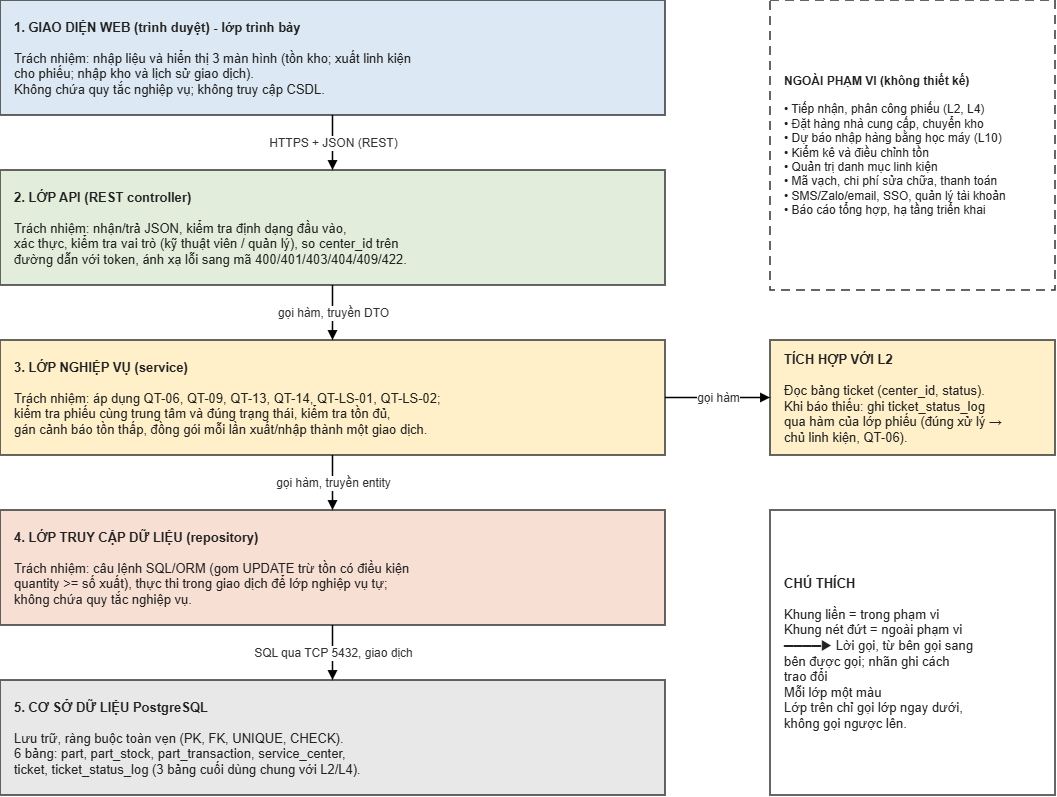
MinhTuan-png/smartcrm-2374802010543-spare-parts-warehouse keeps this draw.io diagram as docs/export/architecture.png. Above is the earlier version. Source tidied: cells renumbered, new cells last; positions are measured from the earlier drawing's top-left corner, leaving out a move shared by most shapes. The source it was exported from:
```xml
<mxGraphModel>
  <root>
    <mxCell id="0" />
    <mxCell id="1" parent="0" />
    <mxCell id="2" value="&lt;b&gt;1. GIAO DIỆN WEB (trình duyệt) - lớp trình bày&lt;/b&gt;&lt;br&gt;&lt;br&gt;Trách nhiệm: nhập liệu và hiển thị 3 màn hình (tồn kho; xuất linh kiện&lt;br&gt;cho phiếu; nhập kho và lịch sử giao dịch).&lt;br&gt;Không chứa quy tắc nghiệp vụ; không truy cập CSDL." style="rounded=0;whiteSpace=wrap;html=1;align=left;verticalAlign=middle;spacingLeft=12;spacingRight=10;fontSize=13;fontColor=#222222;strokeColor=#333333;strokeWidth=1.5;fillColor=#DCE8F3;" parent="1" vertex="1">
      <mxGeometry width="665" height="115" as="geometry" />
    </mxCell>
    <mxCell id="3" value="&lt;b&gt;2. LỚP API (REST controller)&lt;/b&gt;&lt;br&gt;&lt;br&gt;Trách nhiệm: nhận/trả JSON, kiểm tra định dạng đầu vào,&lt;br&gt;xác thực, kiểm tra vai trò (kỹ thuật viên / quản lý), so center_id trên&lt;br&gt;đường dẫn với token, ánh xạ lỗi sang mã 400/401/403/404/409/422." style="rounded=0;whiteSpace=wrap;html=1;align=left;verticalAlign=middle;spacingLeft=12;spacingRight=10;fontSize=13;fontColor=#222222;strokeColor=#333333;strokeWidth=1.5;fillColor=#E2EEDB;" parent="1" vertex="1">
      <mxGeometry y="170" width="665" height="115" as="geometry" />
    </mxCell>
    <mxCell id="4" value="&lt;b&gt;3. LỚP NGHIỆP VỤ (service)&lt;/b&gt;&lt;br&gt;&lt;br&gt;Trách nhiệm: áp dụng QT-06, QT-09, QT-13, QT-14, QT-LS-01, QT-LS-02;&lt;br&gt;kiểm tra phiếu cùng trung tâm và đúng trạng thái, kiểm tra tồn đủ,&lt;br&gt;gán cảnh báo tồn thấp, đồng gói mỗi lần xuất/nhập thành một giao dịch." style="rounded=0;whiteSpace=wrap;html=1;align=left;verticalAlign=middle;spacingLeft=12;spacingRight=10;fontSize=13;fontColor=#222222;strokeColor=#333333;strokeWidth=1.5;fillColor=#FFF0C9;" parent="1" vertex="1">
      <mxGeometry y="340" width="665" height="115" as="geometry" />
    </mxCell>
    <mxCell id="5" value="&lt;b&gt;4. LỚP TRUY CẬP DỮ LIỆU (repository)&lt;/b&gt;&lt;br&gt;&lt;br&gt;Trách nhiệm: câu lệnh SQL/ORM (gom UPDATE trừ tồn có điều kiện&lt;br&gt;quantity &amp;gt;= số xuất), thực thi trong giao dịch để lớp nghiệp vụ tự;&lt;br&gt;không chứa quy tắc nghiệp vụ." style="rounded=0;whiteSpace=wrap;html=1;align=left;verticalAlign=middle;spacingLeft=12;spacingRight=10;fontSize=13;fontColor=#222222;strokeColor=#333333;strokeWidth=1.5;fillColor=#F8DFD4;" parent="1" vertex="1">
      <mxGeometry y="510" width="665" height="115" as="geometry" />
    </mxCell>
    <mxCell id="6" value="&lt;b&gt;5. CƠ SỞ DỮ LIỆU PostgreSQL&lt;/b&gt;&lt;br&gt;&lt;br&gt;Lưu trữ, ràng buộc toàn vẹn (PK, FK, UNIQUE, CHECK).&lt;br&gt;6 bảng: part, part_stock, part_transaction, service_center,&lt;br&gt;ticket, ticket_status_log (3 bảng cuối dùng chung với L2/L4)." style="rounded=0;whiteSpace=wrap;html=1;align=left;verticalAlign=middle;spacingLeft=12;spacingRight=10;fontSize=13;fontColor=#222222;strokeColor=#333333;strokeWidth=1.5;fillColor=#E8E8E8;" parent="1" vertex="1">
      <mxGeometry y="680" width="665" height="115" as="geometry" />
    </mxCell>
    <mxCell id="7" value="&lt;b&gt;NGOÀI PHẠM VI (không thiết kế)&lt;/b&gt;&lt;br&gt;&lt;br&gt;• Tiếp nhận, phân công phiếu (L2, L4)&lt;br&gt;• Đặt hàng nhà cung cấp, chuyển kho&lt;br&gt;• Dự báo nhập hàng bằng học máy (L10)&lt;br&gt;• Kiểm kê và điều chỉnh tồn&lt;br&gt;• Quản trị danh mục linh kiện&lt;br&gt;• Mã vạch, chi phí sửa chữa, thanh toán&lt;br&gt;• SMS/Zalo/email, SSO, quản lý tài khoản&lt;br&gt;• Báo cáo tổng hợp, hạ tầng triển khai" style="rounded=0;whiteSpace=wrap;html=1;align=left;verticalAlign=middle;spacingLeft=12;spacingRight=8;fontSize=12;fontColor=#222222;strokeColor=#333333;strokeWidth=1.5;dashed=1;dashPattern=6 4;fillColor=#FFFFFF;" parent="1" vertex="1">
      <mxGeometry x="770" width="285" height="290" as="geometry" />
    </mxCell>
    <mxCell id="8" value="&lt;b&gt;TÍCH HỢP VỚI L2&lt;/b&gt;&lt;br&gt;&lt;br&gt;Đọc bảng ticket (center_id, status).&lt;br&gt;Khi báo thiếu: ghi ticket_status_log&lt;br&gt;qua hàm của lớp phiếu (đúng xử lý →&lt;br&gt;chủ linh kiện, QT-06)." style="rounded=0;whiteSpace=wrap;html=1;align=left;verticalAlign=middle;spacingLeft=12;spacingRight=10;fontSize=13;fontColor=#222222;strokeColor=#333333;strokeWidth=1.5;fillColor=#FFF0C9;" parent="1" vertex="1">
      <mxGeometry x="770" y="340" width="285" height="115" as="geometry" />
    </mxCell>
    <mxCell id="9" value="&lt;b&gt;CHÚ THÍCH&lt;/b&gt;&lt;br&gt;&lt;br&gt;Khung liền = trong phạm vi&lt;br&gt;Khung nét đứt = ngoài phạm vi&lt;br&gt;────▶ Lời gọi, từ bên gọi sang&lt;br&gt;bên được gọi; nhãn ghi cách&lt;br&gt;trao đổi&lt;br&gt;Mỗi lớp một màu&lt;br&gt;Lớp trên chỉ gọi lớp ngay dưới,&lt;br&gt;không gọi ngược lên." style="rounded=0;whiteSpace=wrap;html=1;align=left;verticalAlign=middle;spacingLeft=12;spacingRight=10;fontSize=13;fontColor=#222222;strokeColor=#333333;strokeWidth=1.5;fillColor=#FFFFFF;" parent="1" vertex="1">
      <mxGeometry x="770" y="510" width="285" height="285" as="geometry" />
    </mxCell>
    <mxCell id="10" value="HTTPS + JSON (REST)" style="edgeStyle=orthogonalEdgeStyle;rounded=0;jettySize=auto;html=1;endArrow=block;endFill=1;strokeWidth=1.5;fontSize=12;fontColor=#333333;labelBackgroundColor=#FFFFFF;" parent="1" edge="1" source="2" target="3">
      <mxGeometry relative="1" as="geometry" />
    </mxCell>
    <mxCell id="11" value="gọi hàm, truyền DTO" style="edgeStyle=orthogonalEdgeStyle;rounded=0;jettySize=auto;html=1;endArrow=block;endFill=1;strokeWidth=1.5;fontSize=12;fontColor=#333333;" parent="1" edge="1" source="3" target="4">
      <mxGeometry relative="1" as="geometry" />
    </mxCell>
    <mxCell id="12" value="gọi hàm, truyền entity" style="edgeStyle=orthogonalEdgeStyle;rounded=0;jettySize=auto;html=1;endArrow=block;endFill=1;strokeWidth=1.5;fontSize=12;fontColor=#333333;" parent="1" edge="1" source="4" target="5">
      <mxGeometry relative="1" as="geometry" />
    </mxCell>
    <mxCell id="13" value="SQL qua TCP 5432, giao dịch" style="edgeStyle=orthogonalEdgeStyle;rounded=0;jettySize=auto;html=1;endArrow=block;endFill=1;strokeWidth=1.5;fontSize=12;fontColor=#333333;" parent="1" edge="1" source="5" target="6">
      <mxGeometry relative="1" as="geometry" />
    </mxCell>
    <mxCell id="14" value="gọi hàm" style="edgeStyle=orthogonalEdgeStyle;rounded=0;jettySize=auto;html=1;endArrow=block;endFill=1;strokeWidth=1.5;fontSize=12;fontColor=#333333;" parent="1" edge="1" source="4" target="8">
      <mxGeometry relative="1" as="geometry" />
    </mxCell>
  </root>
</mxGraphModel>
```
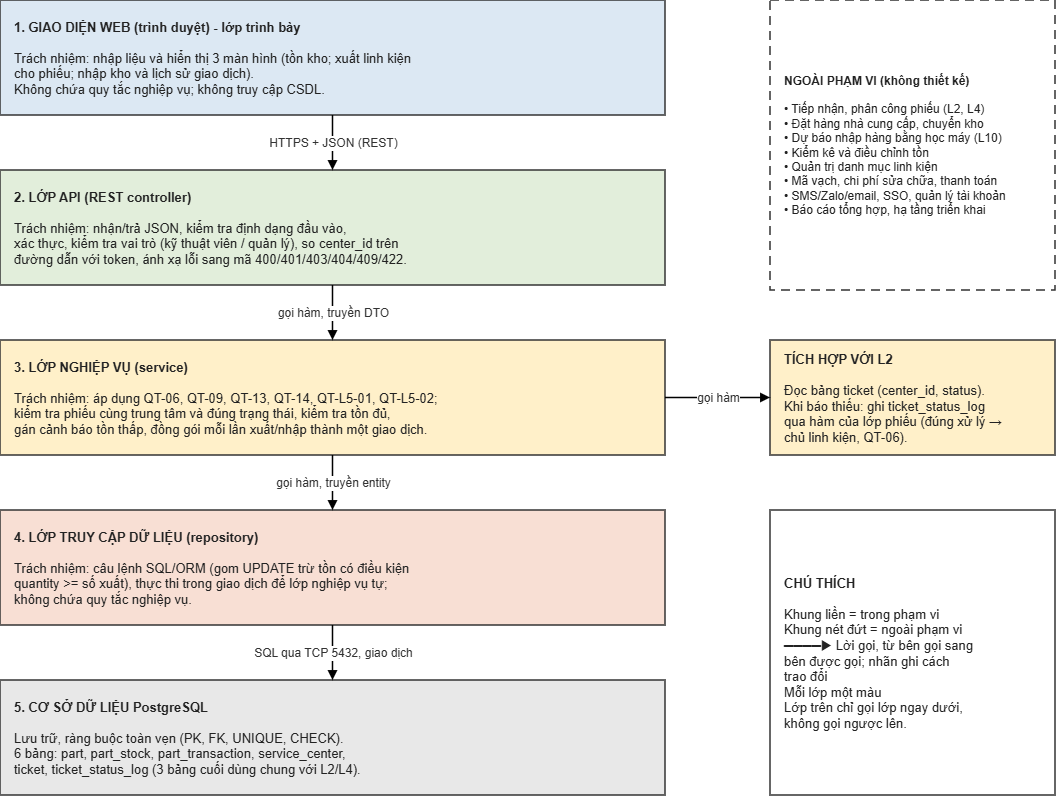
The same diagram one commit later.

Commit message:
docs: điều chỉnh thiết kế theo phản hồi BT1

The edit, as a diff of the source:
```diff
@@ -8,7 +8,7 @@
     <mxCell id="3" value="&lt;b&gt;2. LỚP API (REST controller)&lt;/b&gt;&lt;br&gt;&lt;br&gt;Trách nhiệm: nhận/trả JSON, kiểm tra định dạng đầu vào,&lt;br&gt;xác thực, kiểm tra vai trò (kỹ thuật viên / quản lý), so center_id trên&lt;br&gt;đường dẫn với token, ánh xạ lỗi sang mã 400/401/403/404/409/422." style="rounded=0;whiteSpace=wrap;html=1;align=left;verticalAlign=middle;spacingLeft=12;spacingRight=10;fontSize=13;fontColor=#222222;strokeColor=#333333;strokeWidth=1.5;fillColor=#E2EEDB;" parent="1" vertex="1">
       <mxGeometry y="170" width="665" height="115" as="geometry" />
     </mxCell>
-    <mxCell id="4" value="&lt;b&gt;3. LỚP NGHIỆP VỤ (service)&lt;/b&gt;&lt;br&gt;&lt;br&gt;Trách nhiệm: áp dụng QT-06, QT-09, QT-13, QT-14, QT-LS-01, QT-LS-02;&lt;br&gt;kiểm tra phiếu cùng trung tâm và đúng trạng thái, kiểm tra tồn đủ,&lt;br&gt;gán cảnh báo tồn thấp, đồng gói mỗi lần xuất/nhập thành một giao dịch." style="rounded=0;whiteSpace=wrap;html=1;align=left;verticalAlign=middle;spacingLeft=12;spacingRight=10;fontSize=13;fontColor=#222222;strokeColor=#333333;strokeWidth=1.5;fillColor=#FFF0C9;" parent="1" vertex="1">
+    <mxCell id="4" value="&lt;b&gt;3. LỚP NGHIỆP VỤ (service)&lt;/b&gt;&lt;br&gt;&lt;br&gt;Trách nhiệm: áp dụng QT-06, QT-09, QT-13, QT-14, QT-L5-01, QT-L5-02;&lt;br&gt;kiểm tra phiếu cùng trung tâm và đúng trạng thái, kiểm tra tồn đủ,&lt;br&gt;gán cảnh báo tồn thấp, đồng gói mỗi lần xuất/nhập thành một giao dịch." style="rounded=0;whiteSpace=wrap;html=1;align=left;verticalAlign=middle;spacingLeft=12;spacingRight=10;fontSize=13;fontColor=#222222;strokeColor=#333333;strokeWidth=1.5;fillColor=#FFF0C9;" parent="1" vertex="1">
       <mxGeometry y="340" width="665" height="115" as="geometry" />
     </mxCell>
     <mxCell id="5" value="&lt;b&gt;4. LỚP TRUY CẬP DỮ LIỆU (repository)&lt;/b&gt;&lt;br&gt;&lt;br&gt;Trách nhiệm: câu lệnh SQL/ORM (gom UPDATE trừ tồn có điều kiện&lt;br&gt;quantity &amp;gt;= số xuất), thực thi trong giao dịch để lớp nghiệp vụ tự;&lt;br&gt;không chứa quy tắc nghiệp vụ." style="rounded=0;whiteSpace=wrap;html=1;align=left;verticalAlign=middle;spacingLeft=12;spacingRight=10;fontSize=13;fontColor=#222222;strokeColor=#333333;strokeWidth=1.5;fillColor=#F8DFD4;" parent="1" vertex="1">
```
